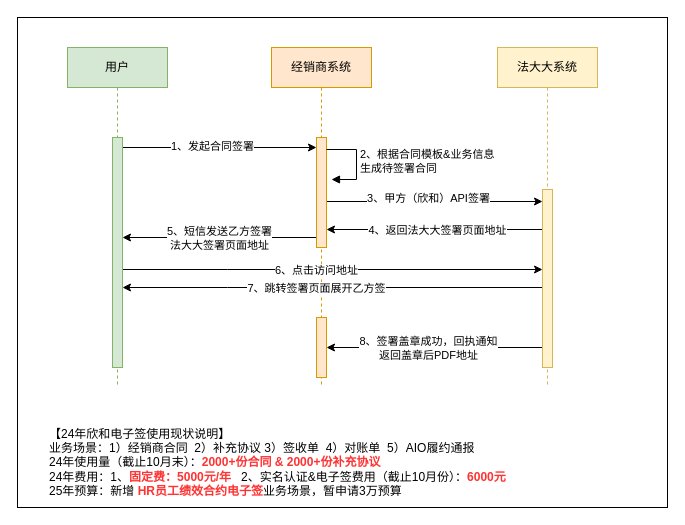
Before: shinho/【1108】签署时序图.drawio in 18857545022/-, a draw.io diagram. Source tidied: cells renumbered, new cells numbered last; positions are measured from the earlier drawing's top-left corner, leaving out a move shared by most shapes. Both pictures are drawn from the tidied source at 100%, with x=0, y=0 at pixel (17, 17).
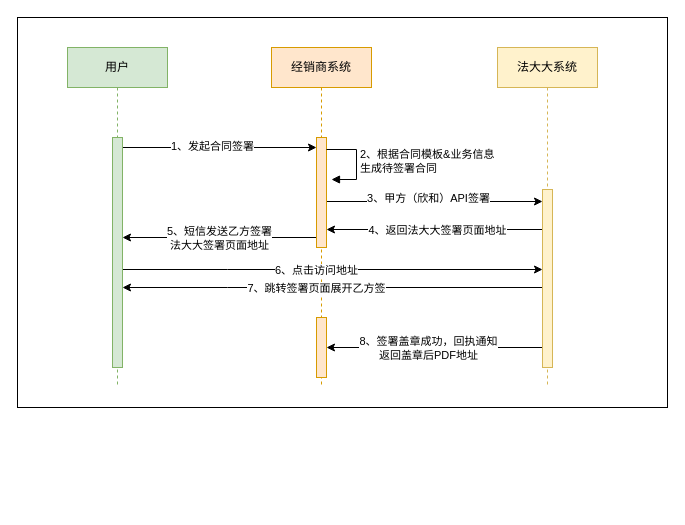
Above is the later version.

Commit message:
更新【1108】签署时序图.drawio

Change to the diagram source:
```diff
@@
     <mxCell id="2" style="rounded=0;whiteSpace=wrap;html=1;" parent="1" vertex="1">
-      <mxGeometry width="650" height="490" as="geometry" />
+      <mxGeometry width="650" height="390" as="geometry" />
     </mxCell>
@@
-    <mxCell id="25" value="【24年欣和电子签使用现状说明】&lt;div&gt;业务场景：1）经销商合同&amp;nbsp; 2）补充协议 3）签收单&amp;nbsp; 4）对账单&amp;nbsp; 5）AIO履约通报&lt;br&gt;24年使用量（截止10月末）：&lt;font color=&quot;#ff3333&quot;&gt;&lt;b&gt;2000+份合同 &amp;amp; 2000+份补充协议&lt;/b&gt;&lt;/font&gt;&lt;br&gt;24年费用：1、&lt;font color=&quot;#ff3333&quot;&gt;&lt;b&gt;固定费：5000元/年&lt;/b&gt;&lt;/font&gt;&amp;nbsp; &amp;nbsp;2、实名认证&amp;amp;电子签费用（截止10月份）：&lt;font color=&quot;#ff3333&quot;&gt;&lt;b&gt;6000元&lt;/b&gt;&lt;/font&gt;&lt;br&gt;25年预算：新增&amp;nbsp;&lt;b&gt;&lt;font color=&quot;#ff3333&quot;&gt;HR员工绩效合约电子签&lt;/font&gt;&lt;/b&gt;业务场景，暂申请3万预算&lt;/div&gt;" style="text;html=1;align=left;verticalAlign=middle;whiteSpace=wrap;rounded=0;" parent="1" vertex="1">
-      <mxGeometry x="30" y="410" width="590" height="70" as="geometry" />
-    </mxCell>
```
